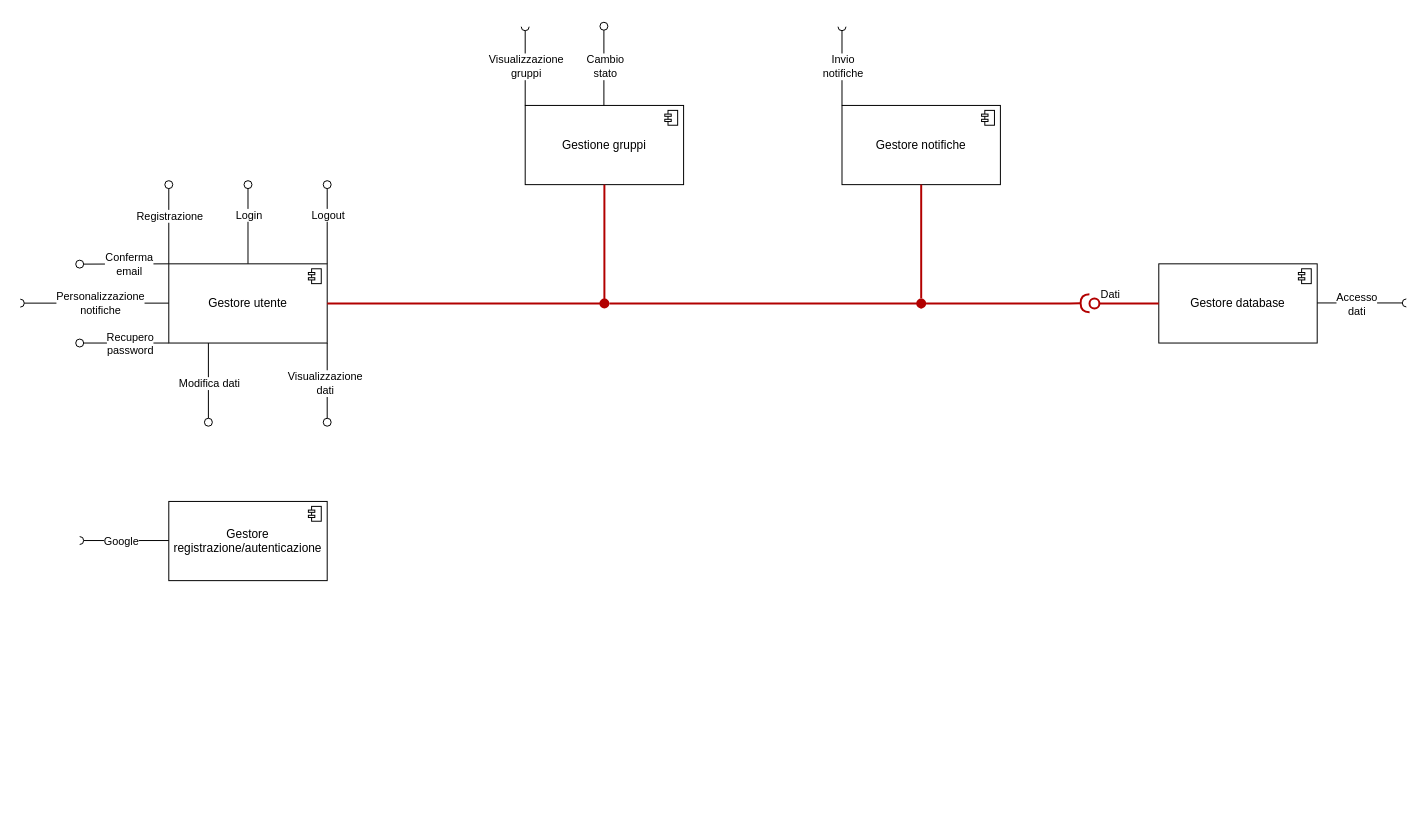
This is Components_diagram.drawio from andreapedrini01/Ingegneria-del-Software, a draw.io file, before an edit. Source tidied: cells renumbered, new cells numbered last; positions are measured from the earlier drawing's top-left corner, leaving out a move shared by most shapes. Both pictures are drawn from the tidied source at 99%, with x=0, y=0 at pixel (20, 26).
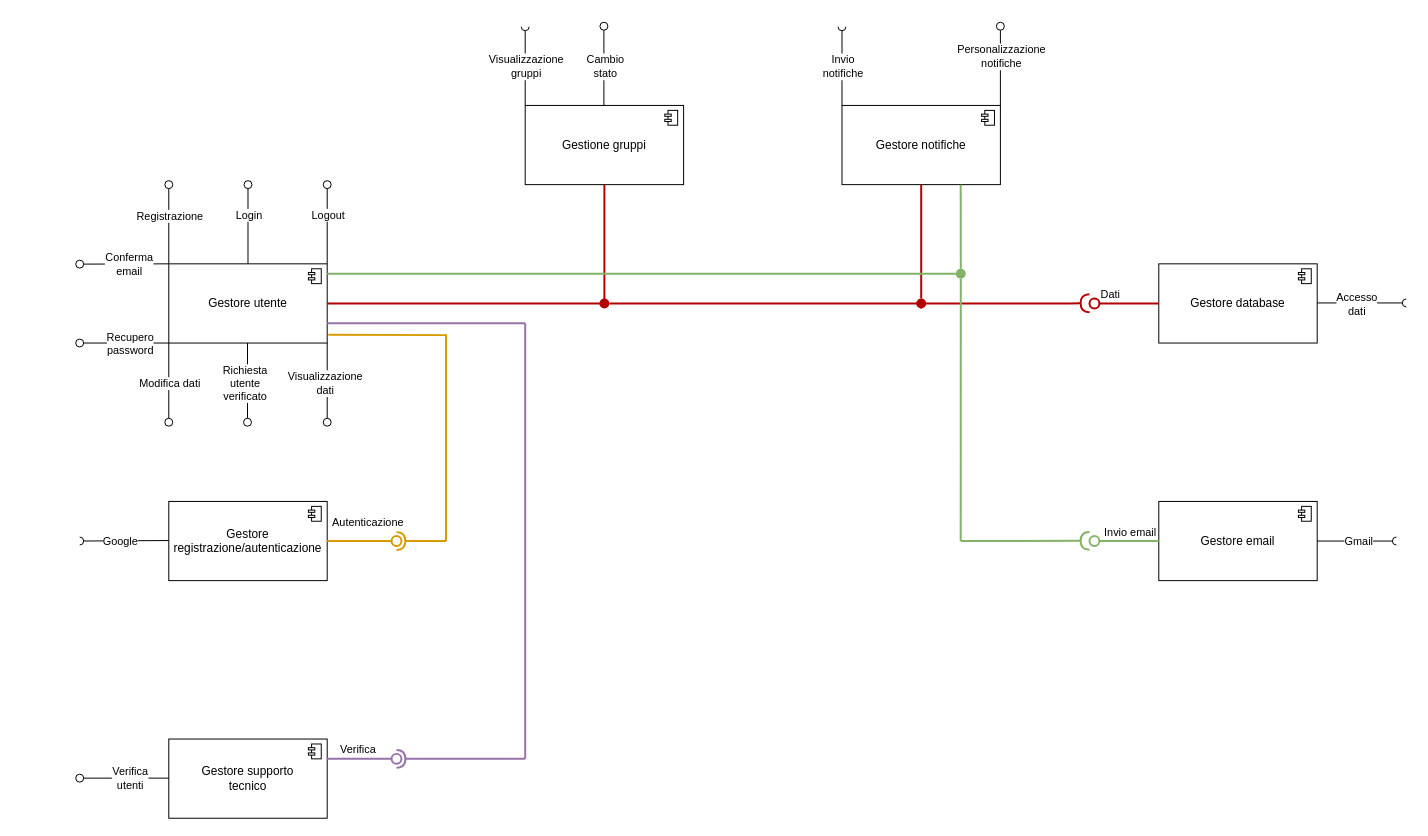
The same diagram, later.

Unchanged cells that the change refers to:
```xml
<mxCell id="16" value="Gestore registrazione/autenticazione" style="html=1;outlineConnect=0;whiteSpace=wrap;shape=mxgraph.archimate3.application;appType=comp;archiType=square;" parent="1" vertex="1">
  <mxGeometry x="150" y="480" width="160" height="80" as="geometry" />
</mxCell>
<mxCell id="17" value="Gestore utente" style="html=1;outlineConnect=0;whiteSpace=wrap;shape=mxgraph.archimate3.application;appType=comp;archiType=square;" parent="1" vertex="1">
  <mxGeometry x="150" y="240" width="160" height="80" as="geometry" />
</mxCell>
<mxCell id="40" style="ellipse;whiteSpace=wrap;html=1;fillColor=#B20000;fontColor=#ffffff;strokeColor=none;gradientColor=none;" parent="1" vertex="1">
  <mxGeometry x="585" y="275" width="10" height="10" as="geometry" />
</mxCell>
```

Diff of the diagram source:
```diff
@@
     <mxCell id="10" style="html=1;verticalAlign=bottom;labelBackgroundColor=none;endArrow=oval;endFill=0;endSize=8;rounded=0;exitX=0.5;exitY=1;exitDx=0;exitDy=0;exitPerimeter=0;" parent="1" edge="1">
       <mxGeometry relative="1" as="geometry">
-        <mxPoint x="190" y="320" as="sourcePoint" />
-        <mxPoint x="190" y="400" as="targetPoint" />
+        <mxPoint x="150" y="320" as="sourcePoint" />
+        <mxPoint x="150" y="400" as="targetPoint" />
       </mxGeometry>
     </mxCell>
@@
     <mxCell id="18" style="html=1;verticalAlign=bottom;labelBackgroundColor=none;endArrow=halfCircle;endFill=0;endSize=2;rounded=0;" parent="1" edge="1">
       <mxGeometry relative="1" as="geometry">
         <mxPoint x="150" y="519.5" as="sourcePoint" />
-        <mxPoint x="60" y="519.5" as="targetPoint" />
+        <mxPoint x="60" y="520" as="targetPoint" />
       </mxGeometry>
     </mxCell>
@@
-    <mxCell id="31" style="html=1;verticalAlign=bottom;labelBackgroundColor=none;endArrow=halfCircle;endFill=0;endSize=2;rounded=0;exitX=0;exitY=0.5;exitDx=0;exitDy=0;exitPerimeter=0;" parent="1" edge="1">
-      <mxGeometry relative="1" as="geometry">
-        <mxPoint x="150" y="279.7" as="sourcePoint" />
-        <mxPoint y="279.7" as="targetPoint" />
-      </mxGeometry>
-    </mxCell>
-    <mxCell id="32" value="Personalizzazione&lt;div&gt;notifiche&lt;/div&gt;" style="edgeLabel;html=1;align=center;verticalAlign=middle;" parent="31" vertex="1">
-      <mxGeometry x="-0.33" relative="1" as="geometry">
-        <mxPoint x="-20" as="offset" />
-      </mxGeometry>
-    </mxCell>
-    <mxCell id="33" style="rounded=0;jettySize=auto;html=1;endArrow=halfCircle;endFill=0;endSize=6;strokeWidth=2;sketch=0;fillColor=#e51400;strokeColor=#B20000;" parent="1" edge="1" source="40">
+    <mxCell id="33" style="rounded=0;orthogonalLoop=1;jettySize=auto;html=1;endArrow=halfCircle;endFill=0;endSize=6;strokeWidth=2;sketch=0;fillColor=#e51400;strokeColor=#B20000;" parent="1" edge="1">
       <mxGeometry relative="1" as="geometry">
+        <mxPoint x="595" y="280" as="sourcePoint" />
         <mxPoint x="1080" y="279.8" as="targetPoint" />
         <Array as="points">
           <mxPoint x="1060" y="280" />
         </Array>
       </mxGeometry>
     </mxCell>
@@
+    <mxCell id="43" value="Gestore email" style="html=1;outlineConnect=0;whiteSpace=wrap;shape=mxgraph.archimate3.application;appType=comp;archiType=square;" parent="1" vertex="1">
+      <mxGeometry x="1150" y="480" width="160" height="80" as="geometry" />
+    </mxCell>
+    <mxCell id="44" style="html=1;verticalAlign=bottom;labelBackgroundColor=none;endArrow=halfCircle;endFill=0;endSize=2;rounded=0;exitX=1;exitY=0.5;exitDx=0;exitDy=0;exitPerimeter=0;" parent="1" edge="1" source="43">
+      <mxGeometry relative="1" as="geometry">
+        <mxPoint x="1390" y="520" as="targetPoint" />
+      </mxGeometry>
+    </mxCell>
+    <mxCell id="45" value="Gmail" style="edgeLabel;html=1;align=center;verticalAlign=middle;" parent="44" vertex="1">
+      <mxGeometry x="0.34" y="-1" relative="1" as="geometry">
+        <mxPoint x="-13" y="-1" as="offset" />
+      </mxGeometry>
+    </mxCell>
+    <mxCell id="46" style="rounded=0;orthogonalLoop=1;jettySize=auto;html=1;endArrow=halfCircle;endFill=0;endSize=6;strokeWidth=2;sketch=0;strokeColor=#82b366;fillColor=#d5e8d4;" parent="1" edge="1">
+      <mxGeometry relative="1" as="geometry">
+        <mxPoint x="950" y="520" as="sourcePoint" />
+        <mxPoint x="1080" y="519.8" as="targetPoint" />
+      </mxGeometry>
+    </mxCell>
+    <mxCell id="47" style="rounded=0;jettySize=auto;html=1;endArrow=oval;endFill=0;sketch=0;sourcePerimeterSpacing=0;targetPerimeterSpacing=0;endSize=10;strokeWidth=2;strokeColor=#82b366;fillColor=#d5e8d4;exitX=0;exitY=0.5;exitDx=0;exitDy=0;exitPerimeter=0;" parent="1" edge="1" source="43">
+      <mxGeometry relative="1" as="geometry">
+        <mxPoint x="1085" y="520" as="targetPoint" />
+      </mxGeometry>
+    </mxCell>
+    <mxCell id="48" value="Invio email" style="edgeLabel;html=1;align=center;verticalAlign=middle;" parent="47" vertex="1">
+      <mxGeometry x="-0.02" y="-2" relative="1" as="geometry">
+        <mxPoint x="2" y="-8" as="offset" />
+      </mxGeometry>
+    </mxCell>
+    <mxCell id="49" style="ellipse;whiteSpace=wrap;html=1;align=center;fillColor=none;strokeColor=none;perimeter=centerPerimeter;" parent="1" vertex="1">
+      <mxGeometry x="930" y="460" width="10" height="10" as="geometry" />
+    </mxCell>
+    <mxCell id="50" style="endArrow=none;html=1;rounded=0;entryX=0.75;entryY=1;entryDx=0;entryDy=0;entryPerimeter=0;fillColor=#d5e8d4;strokeColor=#82b366;strokeWidth=2;" parent="1" edge="1" source="54">
+      <mxGeometry relative="1" as="geometry">
+        <mxPoint x="949.9" y="160" as="targetPoint" />
+      </mxGeometry>
+    </mxCell>
+    <mxCell id="51" style="endArrow=none;html=1;rounded=0;exitX=1;exitY=0.75;exitDx=0;exitDy=0;exitPerimeter=0;strokeWidth=2;fillColor=#d5e8d4;strokeColor=#82b366;" parent="1" edge="1">
+      <mxGeometry relative="1" as="geometry">
+        <mxPoint x="310" y="250" as="sourcePoint" />
+        <mxPoint x="945" y="250" as="targetPoint" />
+      </mxGeometry>
+    </mxCell>
+    <mxCell id="52" style="html=1;verticalAlign=bottom;labelBackgroundColor=none;endArrow=oval;endFill=0;endSize=8;rounded=0;exitX=1;exitY=0;exitDx=0;exitDy=0;exitPerimeter=0;" parent="1" edge="1">
+      <mxGeometry relative="1" as="geometry">
+        <mxPoint x="990" y="80" as="sourcePoint" />
+        <mxPoint x="990" as="targetPoint" />
+      </mxGeometry>
+    </mxCell>
+    <mxCell id="32" value="Personalizzazione&lt;div&gt;notifiche&lt;/div&gt;" style="edgeLabel;html=1;align=center;verticalAlign=middle;" parent="52" vertex="1">
+      <mxGeometry x="0.1" y="-3" relative="1" as="geometry">
+        <mxPoint x="-3" y="-6" as="offset" />
+      </mxGeometry>
+    </mxCell>
+    <mxCell id="53" style="endArrow=none;html=1;rounded=0;fillColor=#d5e8d4;strokeColor=#82b366;strokeWidth=2;" parent="1" edge="1" target="54">
+      <mxGeometry relative="1" as="geometry">
+        <mxPoint x="949.9" y="520" as="sourcePoint" />
+        <Array as="points">
+          <mxPoint x="949.9" y="510" />
+        </Array>
+      </mxGeometry>
+    </mxCell>
+    <mxCell id="54" style="ellipse;whiteSpace=wrap;html=1;fillColor=#82b366;strokeColor=none;strokeWidth=1;" parent="1" vertex="1">
+      <mxGeometry x="945" y="245" width="10" height="10" as="geometry" />
+    </mxCell>
+    <mxCell id="55" style="rounded=0;orthogonalLoop=1;jettySize=auto;html=1;endArrow=halfCircle;endFill=0;endSize=6;strokeWidth=2;sketch=0;fillColor=#ffe6cc;strokeColor=#d79b00;" parent="1" edge="1">
+      <mxGeometry relative="1" as="geometry">
+        <mxPoint x="430" y="520" as="sourcePoint" />
+        <mxPoint x="380" y="520" as="targetPoint" />
+      </mxGeometry>
+    </mxCell>
+    <mxCell id="56" style="rounded=0;jettySize=auto;html=1;endArrow=oval;endFill=0;sketch=0;sourcePerimeterSpacing=0;targetPerimeterSpacing=0;endSize=10;exitX=1;exitY=0.5;exitDx=0;exitDy=0;exitPerimeter=0;strokeWidth=2;fillColor=#ffe6cc;strokeColor=#d79b00;" parent="1" edge="1" source="16">
+      <mxGeometry relative="1" as="geometry">
+        <mxPoint x="380" y="520" as="targetPoint" />
+      </mxGeometry>
+    </mxCell>
+    <mxCell id="57" value="Autenticazione" style="edgeLabel;html=1;align=center;verticalAlign=middle;" parent="56" vertex="1">
+      <mxGeometry x="-0.06" y="2" relative="1" as="geometry">
+        <mxPoint x="7" y="-18" as="offset" />
+      </mxGeometry>
+    </mxCell>
+    <mxCell id="58" style="ellipse;whiteSpace=wrap;html=1;align=center;fillColor=none;strokeColor=none;perimeter=centerPerimeter;" parent="1" vertex="1">
+      <mxGeometry x="475" y="400" width="10" height="10" as="geometry" />
+    </mxCell>
+    <mxCell id="59" style="endArrow=none;html=1;rounded=0;fillColor=#ffe6cc;strokeColor=#d79b00;strokeWidth=2;" parent="1" edge="1">
+      <mxGeometry relative="1" as="geometry">
+        <mxPoint x="430" y="520" as="sourcePoint" />
+        <mxPoint x="430" y="311" as="targetPoint" />
+      </mxGeometry>
+    </mxCell>
+    <mxCell id="60" style="endArrow=none;html=1;rounded=0;exitX=1.007;exitY=0.895;exitDx=0;exitDy=0;exitPerimeter=0;strokeWidth=2;fillColor=#ffe6cc;strokeColor=#d79b00;" parent="1" edge="1" source="17">
+      <mxGeometry relative="1" as="geometry">
+        <mxPoint x="430" y="312" as="targetPoint" />
+      </mxGeometry>
+    </mxCell>
+    <mxCell id="61" value="Gestore supporto&lt;div&gt;tecnico&lt;/div&gt;" style="html=1;outlineConnect=0;whiteSpace=wrap;shape=mxgraph.archimate3.application;appType=comp;archiType=square;" parent="1" vertex="1">
+      <mxGeometry x="150" y="720" width="160" height="80" as="geometry" />
+    </mxCell>
+    <mxCell id="62" style="html=1;verticalAlign=bottom;labelBackgroundColor=none;endArrow=oval;endFill=0;endSize=8;rounded=0;exitX=0;exitY=1;exitDx=0;exitDy=0;exitPerimeter=0;" parent="1" edge="1">
+      <mxGeometry relative="1" as="geometry">
+        <mxPoint x="150" y="759.5" as="sourcePoint" />
+        <mxPoint x="60" y="759.5" as="targetPoint" />
+      </mxGeometry>
+    </mxCell>
+    <mxCell id="63" value="Verifica&lt;div&gt;utenti&lt;/div&gt;" style="edgeLabel;html=1;align=center;verticalAlign=middle;" parent="62" vertex="1">
+      <mxGeometry x="-0.26" y="3" relative="1" as="geometry">
+        <mxPoint x="-7" y="-3" as="offset" />
+      </mxGeometry>
+    </mxCell>
+    <mxCell id="64" style="html=1;verticalAlign=bottom;labelBackgroundColor=none;endArrow=oval;endFill=0;endSize=8;rounded=0;exitX=1;exitY=1;exitDx=0;exitDy=0;exitPerimeter=0;" parent="1" edge="1">
+      <mxGeometry x="0.25" relative="1" as="geometry">
+        <mxPoint x="229.5" y="320" as="sourcePoint" />
+        <mxPoint x="229.5" y="400" as="targetPoint" />
+      </mxGeometry>
+    </mxCell>
+    <mxCell id="65" value="Richiesta&lt;div&gt;utente&lt;/div&gt;&lt;div&gt;verificato&lt;/div&gt;" style="edgeLabel;html=1;align=center;verticalAlign=middle;" parent="64" vertex="1">
+      <mxGeometry x="-0.41" y="-3" relative="1" as="geometry">
+        <mxPoint y="16" as="offset" />
+      </mxGeometry>
+    </mxCell>
+    <mxCell id="66" style="rounded=0;orthogonalLoop=1;jettySize=auto;html=1;endArrow=halfCircle;endFill=0;endSize=6;strokeWidth=2;sketch=0;fillColor=#e1d5e7;strokeColor=#9673a6;" parent="1" edge="1">
+      <mxGeometry relative="1" as="geometry">
+        <mxPoint x="510" y="740" as="sourcePoint" />
+        <mxPoint x="380" y="740" as="targetPoint" />
+      </mxGeometry>
+    </mxCell>
+    <mxCell id="67" style="rounded=0;jettySize=auto;html=1;endArrow=oval;endFill=0;sketch=0;sourcePerimeterSpacing=0;targetPerimeterSpacing=0;endSize=10;exitX=1;exitY=0.25;exitDx=0;exitDy=0;exitPerimeter=0;strokeWidth=2;fillColor=#e1d5e7;strokeColor=#9673a6;" parent="1" edge="1" source="61">
+      <mxGeometry relative="1" as="geometry">
+        <mxPoint x="380" y="740" as="targetPoint" />
+      </mxGeometry>
+    </mxCell>
+    <mxCell id="68" value="Verifica" style="edgeLabel;html=1;align=center;verticalAlign=middle;" parent="67" vertex="1">
+      <mxGeometry x="-0.22" relative="1" as="geometry">
+        <mxPoint x="3" y="-10" as="offset" />
+      </mxGeometry>
+    </mxCell>
+    <mxCell id="69" style="ellipse;whiteSpace=wrap;html=1;align=center;fillColor=none;strokeColor=none;perimeter=centerPerimeter;" parent="1" vertex="1">
+      <mxGeometry x="495" y="570" width="10" height="10" as="geometry" />
+    </mxCell>
+    <mxCell id="70" style="endArrow=none;html=1;rounded=0;strokeWidth=2;fillColor=#e1d5e7;strokeColor=#9673a6;" parent="1" edge="1">
+      <mxGeometry relative="1" as="geometry">
+        <mxPoint x="510" y="740" as="sourcePoint" />
+        <mxPoint x="510" y="300" as="targetPoint" />
+      </mxGeometry>
+    </mxCell>
+    <mxCell id="71" style="endArrow=none;html=1;rounded=0;exitX=1;exitY=0.75;exitDx=0;exitDy=0;exitPerimeter=0;strokeWidth=2;fillColor=#e1d5e7;strokeColor=#9673a6;" parent="1" edge="1" source="17">
+      <mxGeometry relative="1" as="geometry">
+        <mxPoint x="510" y="300" as="targetPoint" />
+      </mxGeometry>
+    </mxCell>
```
